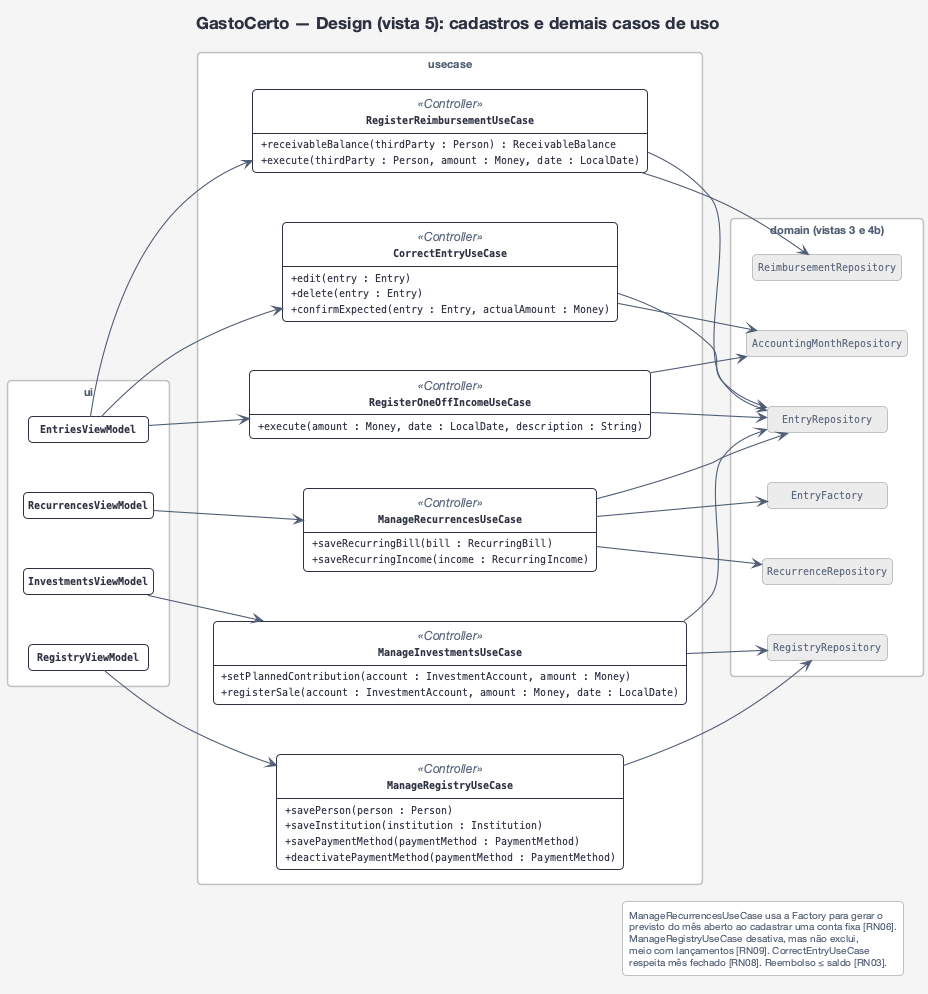
Before: docs/uml/design-5-cadastros.png, a diagram exported from PlantUML (gabrielfbarbosa/gasto-certo).
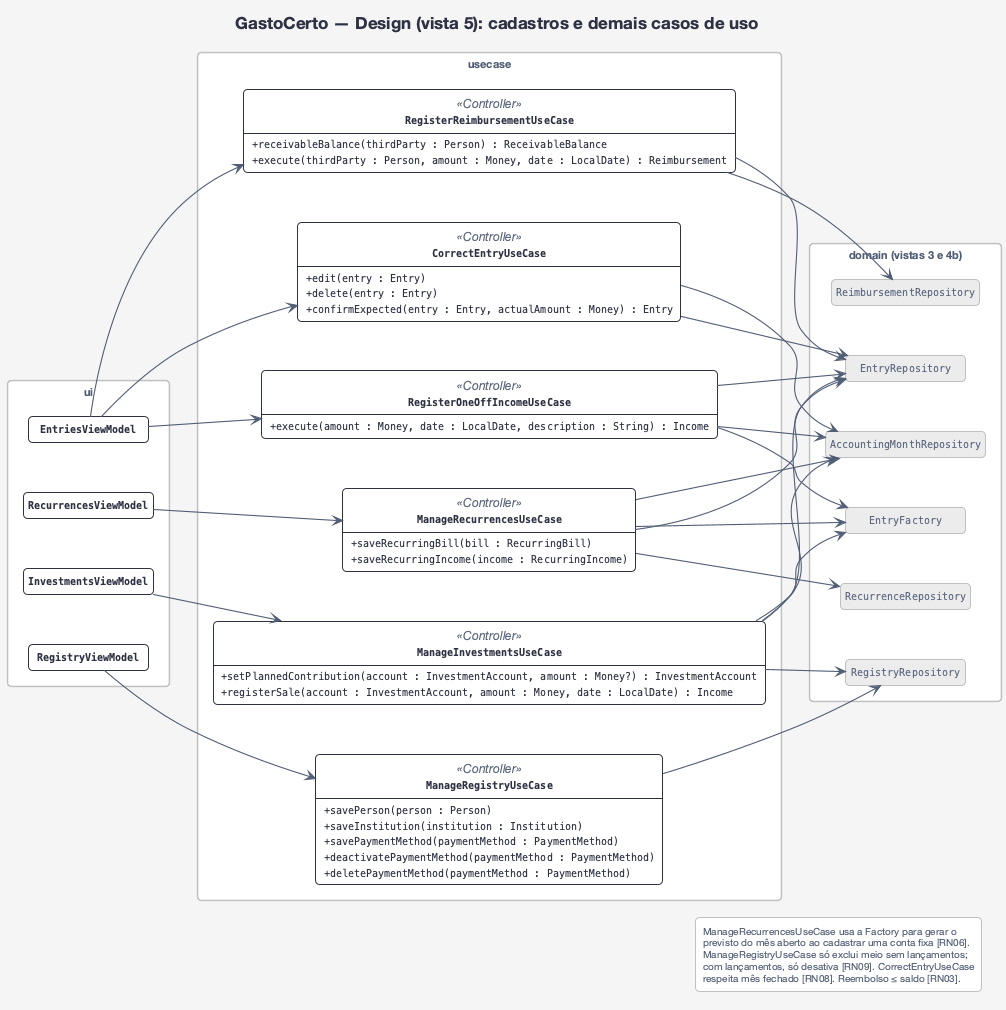
Later version of the same file.

Diff of the diagram source:
```diff
@@ -20,26 +20,27 @@
     + saveInstitution(institution : Institution)
     + savePaymentMethod(paymentMethod : PaymentMethod)
     + deactivatePaymentMethod(paymentMethod : PaymentMethod)
+    + deletePaymentMethod(paymentMethod : PaymentMethod)
   }
   class ManageRecurrencesUseCase <<Controller>> {
     + saveRecurringBill(bill : RecurringBill)
     + saveRecurringIncome(income : RecurringIncome)
   }
   class ManageInvestmentsUseCase <<Controller>> {
-    + setPlannedContribution(account : InvestmentAccount, amount : Money)
-    + registerSale(account : InvestmentAccount, amount : Money, date : LocalDate)
+    + setPlannedContribution(account : InvestmentAccount, amount : Money?) : InvestmentAccount
+    + registerSale(account : InvestmentAccount, amount : Money, date : LocalDate) : Income
   }
   class RegisterOneOffIncomeUseCase <<Controller>> {
-    + execute(amount : Money, date : LocalDate, description : String)
+    + execute(amount : Money, date : LocalDate, description : String) : Income
   }
   class CorrectEntryUseCase <<Controller>> {
     + edit(entry : Entry)
     + delete(entry : Entry)
-    + confirmExpected(entry : Entry, actualAmount : Money)
+    + confirmExpected(entry : Entry, actualAmount : Money) : Entry
   }
   class RegisterReimbursementUseCase <<Controller>> {
     + receivableBalance(thirdParty : Person) : ReceivableBalance
-    + execute(thirdParty : Person, amount : Money, date : LocalDate)
+    + execute(thirdParty : Person, amount : Money, date : LocalDate) : Reimbursement
   }
 }
 package "domain (vistas 3 e 4b)" {
@@ -63,6 +64,10 @@
 ManageRecurrencesUseCase --> EntryRepository
 ManageInvestmentsUseCase --> RegistryRepository
 ManageInvestmentsUseCase --> EntryRepository
+ManageInvestmentsUseCase --> EntryFactory
+ManageInvestmentsUseCase --> AccountingMonthRepository
+ManageRecurrencesUseCase --> AccountingMonthRepository
+RegisterOneOffIncomeUseCase --> EntryFactory
 RegisterOneOffIncomeUseCase --> EntryRepository
 RegisterOneOffIncomeUseCase --> AccountingMonthRepository
 CorrectEntryUseCase --> EntryRepository
@@ -73,8 +78,8 @@
 legend right
   ManageRecurrencesUseCase usa a Factory para gerar o
   previsto do mês aberto ao cadastrar uma conta fixa [RN06].
-  ManageRegistryUseCase desativa, mas não exclui,
-  meio com lançamentos [RN09]. CorrectEntryUseCase
+  ManageRegistryUseCase só exclui meio sem lançamentos;
+  com lançamentos, só desativa [RN09]. CorrectEntryUseCase
   respeita mês fechado [RN08]. Reembolso ≤ saldo [RN03].
 endlegend
 @enduml
```
